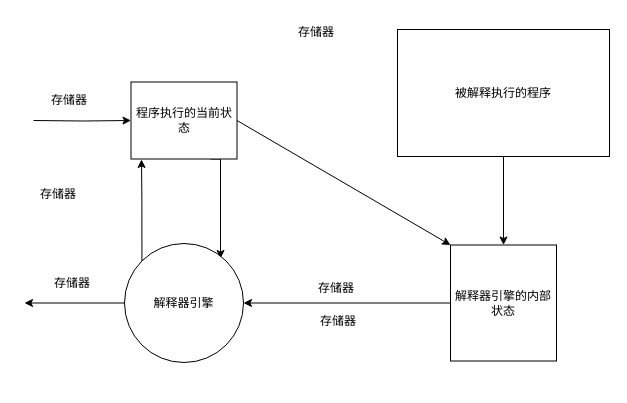
Before: 软考.drawio in xiaodongYao/DrawIO, a draw.io diagram. Source tidied: cells renumbered, new cells numbered last; positions are measured from the earlier drawing's top-left corner, leaving out a move shared by most shapes. Both pictures are drawn from the tidied source at 100%, with x=0, y=0 at pixel (24, 17).
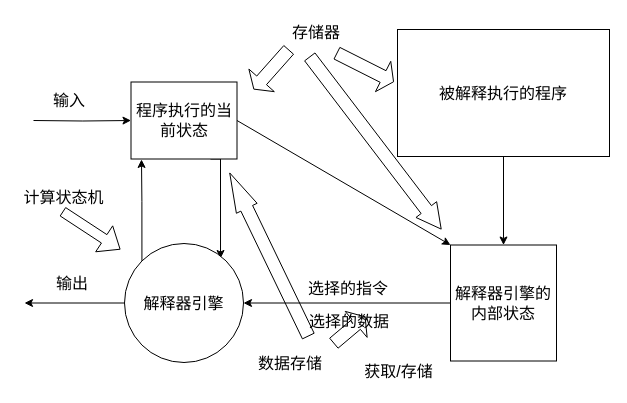
The same diagram, later.

Change to the diagram source:
```diff
@@
-    <mxCell id="2" style="edgeStyle=orthogonalEdgeStyle;rounded=0;jettySize=auto;html=1;exitX=0.75;exitY=1;exitDx=0;exitDy=0;entryX=0.807;entryY=0.126;entryDx=0;entryDy=0;entryPerimeter=0;" parent="1" edge="1" source="4" target="7">
+    <mxCell id="2" style="edgeStyle=orthogonalEdgeStyle;rounded=0;jettySize=auto;html=1;exitX=0.75;exitY=1;exitDx=0;exitDy=0;entryX=0.807;entryY=0.126;entryDx=0;entryDy=0;entryPerimeter=0;fontSize=16;" parent="1" edge="1" source="4" target="7">
       <mxGeometry relative="1" as="geometry">
         <Array as="points">
           <mxPoint x="196" y="142" />
         </Array>
       </mxGeometry>
     </mxCell>
-    <mxCell id="3" style="rounded=0;jettySize=auto;html=1;exitX=1;exitY=0.5;exitDx=0;exitDy=0;entryX=0;entryY=0;entryDx=0;entryDy=0;" parent="1" edge="1" source="4" target="9">
+    <mxCell id="3" style="rounded=0;jettySize=auto;html=1;exitX=1;exitY=0.5;exitDx=0;exitDy=0;entryX=0;entryY=0;entryDx=0;entryDy=0;fontSize=16;" parent="1" edge="1" source="4" target="9">
       <mxGeometry relative="1" as="geometry" />
     </mxCell>
-    <mxCell id="4" value="程序执行的当前状态" style="rounded=0;whiteSpace=wrap;html=1;" parent="1" vertex="1">
+    <mxCell id="4" value="程序执行的当前状态" style="rounded=0;whiteSpace=wrap;html=1;fontSize=16;" parent="1" vertex="1">
       <mxGeometry x="106.5" y="64.5" width="106" height="77" as="geometry" />
     </mxCell>
-    <mxCell id="5" style="edgeStyle=orthogonalEdgeStyle;rounded=0;jettySize=auto;html=1;" parent="1" edge="1" source="7">
+    <mxCell id="5" style="edgeStyle=orthogonalEdgeStyle;rounded=0;jettySize=auto;html=1;fontSize=16;" parent="1" edge="1" source="7">
       <mxGeometry relative="1" as="geometry">
         <mxPoint y="285.5" as="targetPoint" />
       </mxGeometry>
     </mxCell>
-    <mxCell id="6" style="edgeStyle=orthogonalEdgeStyle;rounded=0;jettySize=auto;html=1;exitX=0;exitY=0;exitDx=0;exitDy=0;entryX=0.099;entryY=1.006;entryDx=0;entryDy=0;entryPerimeter=0;" parent="1" edge="1" source="7" target="4">
+    <mxCell id="6" style="edgeStyle=orthogonalEdgeStyle;rounded=0;jettySize=auto;html=1;exitX=0;exitY=0;exitDx=0;exitDy=0;entryX=0.099;entryY=1.006;entryDx=0;entryDy=0;entryPerimeter=0;fontSize=16;" parent="1" edge="1" source="7" target="4">
       <mxGeometry relative="1" as="geometry" />
     </mxCell>
-    <mxCell id="7" value="解释器引擎" style="ellipse;whiteSpace=wrap;html=1;" parent="1" vertex="1">
+    <mxCell id="7" value="解释器引擎" style="ellipse;whiteSpace=wrap;html=1;fontSize=16;" parent="1" vertex="1">
       <mxGeometry x="100" y="226" width="119" height="119" as="geometry" />
     </mxCell>
-    <mxCell id="8" style="edgeStyle=orthogonalEdgeStyle;rounded=0;jettySize=auto;html=1;exitX=0;exitY=0.5;exitDx=0;exitDy=0;entryX=1;entryY=0.5;entryDx=0;entryDy=0;" parent="1" edge="1" source="9" target="7">
+    <mxCell id="8" style="edgeStyle=orthogonalEdgeStyle;rounded=0;jettySize=auto;html=1;exitX=0;exitY=0.5;exitDx=0;exitDy=0;entryX=1;entryY=0.5;entryDx=0;entryDy=0;fontSize=16;" parent="1" edge="1" source="9" target="7">
       <mxGeometry relative="1" as="geometry" />
     </mxCell>
-    <mxCell id="9" value="解释器引擎的内部状态" style="rounded=0;whiteSpace=wrap;html=1;" parent="1" vertex="1">
+    <mxCell id="9" value="解释器引擎的内部状态" style="rounded=0;whiteSpace=wrap;html=1;fontSize=16;" parent="1" vertex="1">
       <mxGeometry x="426" y="227.5" width="106" height="116" as="geometry" />
     </mxCell>
-    <mxCell id="10" style="edgeStyle=orthogonalEdgeStyle;rounded=0;jettySize=auto;html=1;" parent="1" edge="1" source="11" target="9">
+    <mxCell id="10" style="edgeStyle=orthogonalEdgeStyle;rounded=0;jettySize=auto;html=1;fontSize=16;" parent="1" edge="1" source="11" target="9">
       <mxGeometry relative="1" as="geometry" />
     </mxCell>
-    <mxCell id="11" value="被解释执行的程序" style="rounded=0;whiteSpace=wrap;html=1;" parent="1" vertex="1">
+    <mxCell id="11" value="被解释执行的程序" style="rounded=0;whiteSpace=wrap;html=1;fontSize=16;" parent="1" vertex="1">
       <mxGeometry x="373" y="12" width="212" height="127" as="geometry" />
     </mxCell>
-    <mxCell id="12" style="edgeStyle=orthogonalEdgeStyle;rounded=0;jettySize=auto;html=1;" parent="1" edge="1" target="4">
+    <mxCell id="12" style="edgeStyle=orthogonalEdgeStyle;rounded=0;jettySize=auto;html=1;fontSize=16;" parent="1" edge="1" target="4">
       <mxGeometry relative="1" as="geometry">
         <mxPoint x="9" y="103" as="sourcePoint" />
       </mxGeometry>
     </mxCell>
-    <mxCell id="13" value="存储器" style="text;html=1;strokeColor=none;fillColor=none;align=center;verticalAlign=middle;whiteSpace=wrap;rounded=0;" parent="1" vertex="1">
+    <mxCell id="13" value="存储器" style="text;html=1;strokeColor=none;fillColor=none;align=center;verticalAlign=middle;whiteSpace=wrap;rounded=0;fontSize=16;" parent="1" vertex="1">
       <mxGeometry x="262" width="60" height="30" as="geometry" />
     </mxCell>
-    <mxCell id="14" value="存储器" style="text;html=1;strokeColor=none;fillColor=none;align=center;verticalAlign=middle;whiteSpace=wrap;rounded=0;" parent="1" vertex="1">
+    <mxCell id="14" value="输入" style="text;html=1;strokeColor=none;fillColor=none;align=center;verticalAlign=middle;whiteSpace=wrap;rounded=0;fontSize=16;" parent="1" vertex="1">
       <mxGeometry x="15" y="68" width="60" height="30" as="geometry" />
     </mxCell>
-    <mxCell id="15" value="存储器" style="text;html=1;strokeColor=none;fillColor=none;align=center;verticalAlign=middle;whiteSpace=wrap;rounded=0;" parent="1" vertex="1">
-      <mxGeometry x="4" y="162" width="60" height="30" as="geometry" />
+    <mxCell id="15" value="计算状态机" style="text;html=1;strokeColor=none;fillColor=none;align=center;verticalAlign=middle;whiteSpace=wrap;rounded=0;fontSize=16;" parent="1" vertex="1">
+      <mxGeometry x="-4" y="166" width="87" height="28" as="geometry" />
     </mxCell>
-    <mxCell id="16" value="存储器" style="text;html=1;strokeColor=none;fillColor=none;align=center;verticalAlign=middle;whiteSpace=wrap;rounded=0;" parent="1" vertex="1">
+    <mxCell id="16" value="输出" style="text;html=1;strokeColor=none;fillColor=none;align=center;verticalAlign=middle;whiteSpace=wrap;rounded=0;fontSize=16;" parent="1" vertex="1">
       <mxGeometry x="18" y="251" width="60" height="30" as="geometry" />
     </mxCell>
-    <mxCell id="17" value="存储器" style="text;html=1;strokeColor=none;fillColor=none;align=center;verticalAlign=middle;whiteSpace=wrap;rounded=0;" parent="1" vertex="1">
-      <mxGeometry x="284" y="289" width="60" height="30" as="geometry" />
+    <mxCell id="17" value="选择的数据" style="text;html=1;strokeColor=none;fillColor=none;align=center;verticalAlign=middle;whiteSpace=wrap;rounded=0;fontSize=16;" parent="1" vertex="1">
+      <mxGeometry x="284" y="289" width="82" height="30" as="geometry" />
     </mxCell>
-    <mxCell id="18" value="存储器" style="text;html=1;strokeColor=none;fillColor=none;align=center;verticalAlign=middle;whiteSpace=wrap;rounded=0;" parent="1" vertex="1">
-      <mxGeometry x="282" y="256" width="60" height="30" as="geometry" />
+    <mxCell id="18" value="选择的指令" style="text;html=1;strokeColor=none;fillColor=none;align=center;verticalAlign=middle;whiteSpace=wrap;rounded=0;fontSize=16;" parent="1" vertex="1">
+      <mxGeometry x="282" y="256" width="84" height="30" as="geometry" />
     </mxCell>
+    <mxCell id="19" value="数据存储" style="text;html=1;strokeColor=none;fillColor=none;align=center;verticalAlign=middle;whiteSpace=wrap;rounded=0;fontSize=16;" parent="1" vertex="1">
+      <mxGeometry x="229" y="331" width="74" height="30" as="geometry" />
+    </mxCell>
+    <mxCell id="20" value="获取/存储" style="text;html=1;strokeColor=none;fillColor=none;align=center;verticalAlign=middle;whiteSpace=wrap;rounded=0;fontSize=16;" parent="1" vertex="1">
+      <mxGeometry x="335" y="339" width="79" height="30" as="geometry" />
+    </mxCell>
+    <mxCell id="21" style="shape=flexArrow;endArrow=classic;html=1;rounded=0;" parent="1" edge="1">
+      <mxGeometry relative="1" as="geometry">
+        <mxPoint x="38" y="194" as="sourcePoint" />
+        <mxPoint x="96" y="232" as="targetPoint" />
+      </mxGeometry>
+    </mxCell>
+    <mxCell id="22" style="shape=flexArrow;endArrow=classic;html=1;rounded=0;width=13;endSize=3.57;" parent="1" edge="1">
+      <mxGeometry relative="1" as="geometry">
+        <mxPoint x="264.5" y="32" as="sourcePoint" />
+        <mxPoint x="229" y="72" as="targetPoint" />
+      </mxGeometry>
+    </mxCell>
+    <mxCell id="23" style="shape=flexArrow;endArrow=classic;html=1;rounded=0;width=13;endSize=7.85;endWidth=12;" parent="1" edge="1">
+      <mxGeometry relative="1" as="geometry">
+        <mxPoint x="285" y="39" as="sourcePoint" />
+        <mxPoint x="417" y="212" as="targetPoint" />
+      </mxGeometry>
+    </mxCell>
+    <mxCell id="24" style="shape=flexArrow;endArrow=classic;html=1;rounded=0;width=13;endSize=3.57;" parent="1" edge="1">
+      <mxGeometry relative="1" as="geometry">
+        <mxPoint x="312" y="35.5" as="sourcePoint" />
+        <mxPoint x="369.5" y="64.5" as="targetPoint" />
+      </mxGeometry>
+    </mxCell>
+    <mxCell id="25" style="shape=flexArrow;endArrow=classic;html=1;rounded=0;width=13;endSize=12.74;endWidth=9;exitX=0;exitY=1;exitDx=0;exitDy=0;" parent="1" edge="1" source="17">
+      <mxGeometry relative="1" as="geometry">
+        <mxPoint x="205" y="155" as="targetPoint" />
+      </mxGeometry>
+    </mxCell>
+    <mxCell id="26" style="shape=flexArrow;endArrow=classic;html=1;rounded=0;width=13;endSize=3.57;" parent="1" edge="1">
+      <mxGeometry relative="1" as="geometry">
+        <mxPoint x="309" y="326" as="sourcePoint" />
+        <mxPoint x="341" y="299" as="targetPoint" />
+      </mxGeometry>
+    </mxCell>
```
